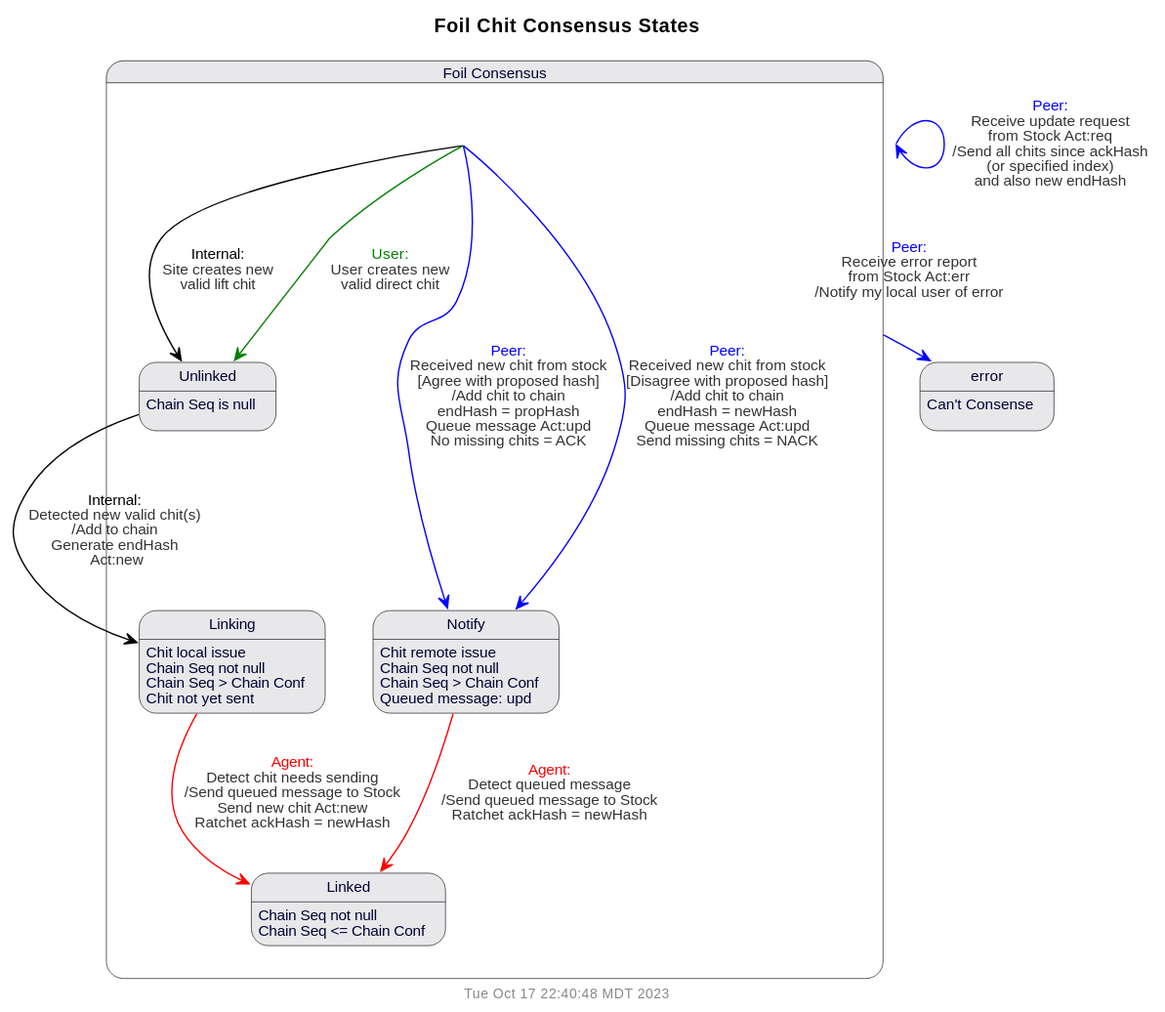
Earlier version of the PlantUML export doc/uml/state-conf.svg (gotchoices/MyCHIPs).
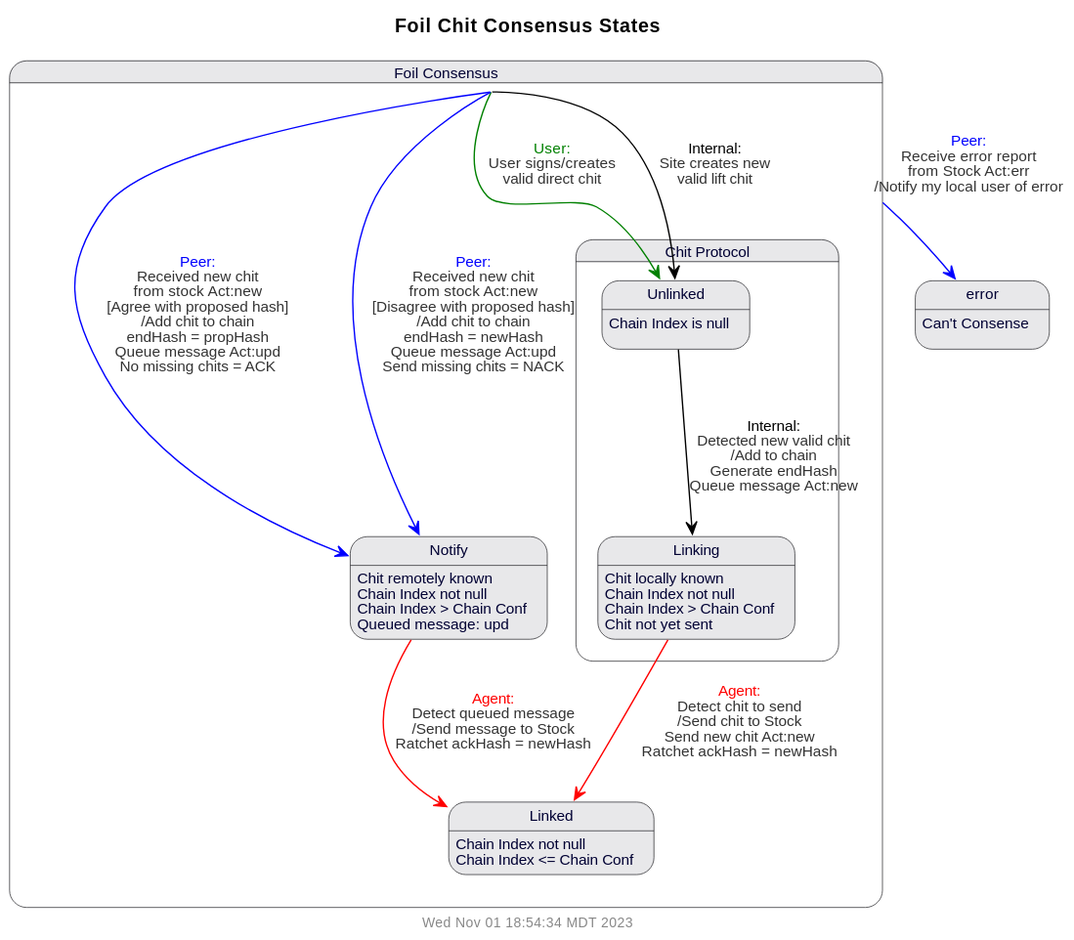
The same diagram one commit later.

Change to the diagram source:
```diff
@@ -3,35 +3,36 @@
 $title(Foil Chit Consensus States)
 
 state foil {
-  state "Unlinked" as unlinked
-  state "Linking" as linking
+  state "Chit Protocol" as chit {
+    state "Unlinked" as unlinked
+    state "Linking" as linking
+  }
   state "Linked" as linked
   state "Notify" as notify
 }
 state "Foil Consensus" as foil
 
 error: Can't Consense
-unlinked: Chain Seq is null
-linked: Chain Seq not null
-linked: Chain Seq <= Chain Conf
-linking: Chit local issue
-linking: Chain Seq not null
-linking: Chain Seq > Chain Conf
+unlinked: Chain Index is null
+linked: Chain Index not null
+linked: Chain Index <= Chain Conf
+linking: Chit locally known
+linking: Chain Index not null
+linking: Chain Index > Chain Conf
 linking: Chit not yet sent
-notify: Chit remote issue
-notify: Chain Seq not null
-notify: Chain Seq > Chain Conf
+notify: Chit remotely known
+notify: Chain Index not null
+notify: Chain Index > Chain Conf
 notify: Queued message: upd
 
+foil -[$user]-> unlinked: $trans($user, User signs/creates\nvalid direct chit,'')
 foil --> unlinked: $trans(Internal, Site creates new\nvalid lift chit,'')
-foil -[$user]-> unlinked: $trans($user, User creates new\nvalid direct chit,'')
-foil -[$peer]-> notify: $trans($peer,Received new chit from stock,'Agree with proposed hash', 'Add chit to chain\nendHash = propHash\nQueue message Act:upd\nNo missing chits = ACK')
-foil -[$peer]-> notify: $trans($peer,Received new chit from stock,'Disagree with proposed hash', 'Add chit to chain\nendHash = newHash\nQueue message Act:upd\nSend missing chits = NACK')
+foil -[$peer]-> notify: $trans($peer,Received new chit\nfrom stock Act:new,'Agree with proposed hash', 'Add chit to chain\nendHash = propHash\nQueue message Act:upd\nNo missing chits = ACK')
+foil -[$peer]-> notify: $trans($peer,Received new chit\nfrom stock Act:new,'Disagree with proposed hash', 'Add chit to chain\nendHash = newHash\nQueue message Act:upd\nSend missing chits = NACK')
 
-unlinked --> linking: $trans(Internal,Detected new valid chit(s),'', 'Add to chain\nGenerate endHash\n Act:new')
-linking -[$db]-> linked: $trans($db,Detect chit needs sending,'', 'Send queued message to Stock\nSend new chit Act:new\nRatchet ackHash = newHash')
-notify -[$db]-> linked: $trans($db,Detect queued message,'', 'Send queued message to Stock\nRatchet ackHash = newHash')
+unlinked --> linking: $trans(Internal,Detected new valid chit,'', 'Add to chain\nGenerate endHash\nQueue message Act:new')
+linking -[$db]-> linked: $trans($db,Detect chit to send,'', 'Send chit to Stock\nSend new chit Act:new\nRatchet ackHash = newHash')
+notify -[$db]-> linked: $trans($db,Detect queued message,'', 'Send message to Stock\nRatchet ackHash = newHash')
 
-foil -[$peer]-> foil: $trans($peer,Receive update request\nfrom Stock Act:req,'', 'Send all chits since ackHash\n(or specified index)\nand also new endHash')
 foil -[$peer]-> error: $trans($peer,Receive error report\nfrom Stock Act:err,'', 'Notify my local user of error')
 @enduml
```
